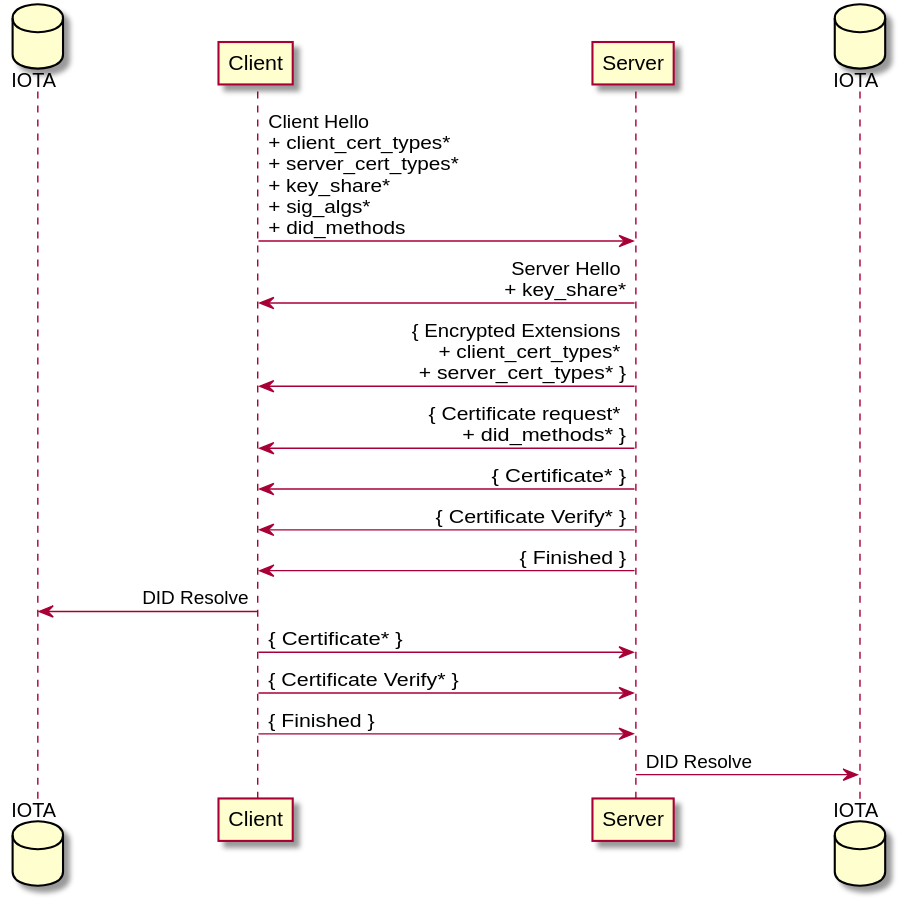
This is images/full-hs.svg from thomas-fossati/draft-vesco-vcauthtls, a PlantUML export, as it was before one commit.
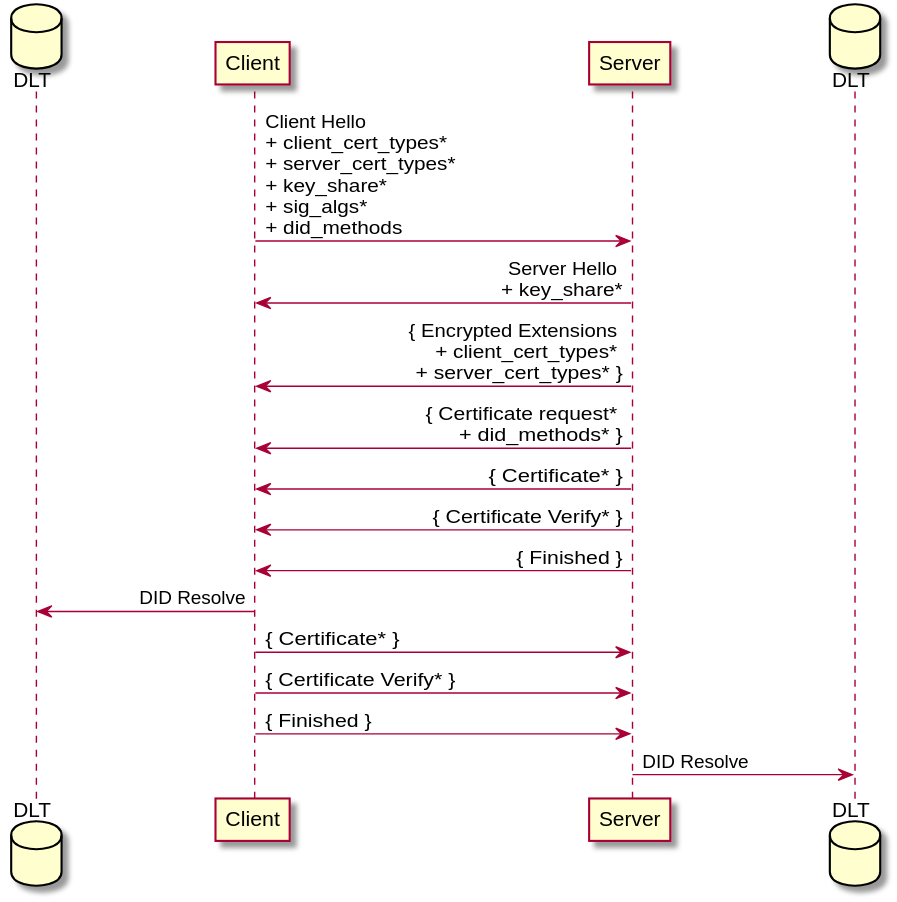
After the change.

Commit message:
Review handshake messages

The edit, as a diff of the source:
```diff
@@ -1,6 +1,6 @@
 @startuml full-hs
-database IOTA as dlt1 order 1
-database IOTA as dlt2 order 4
+database DLT as dlt1 order 1
+database DLT as dlt2 order 4
 participant Client order 2
 participant Server order 3
 skinparam sequenceMessageAlign direction
```
